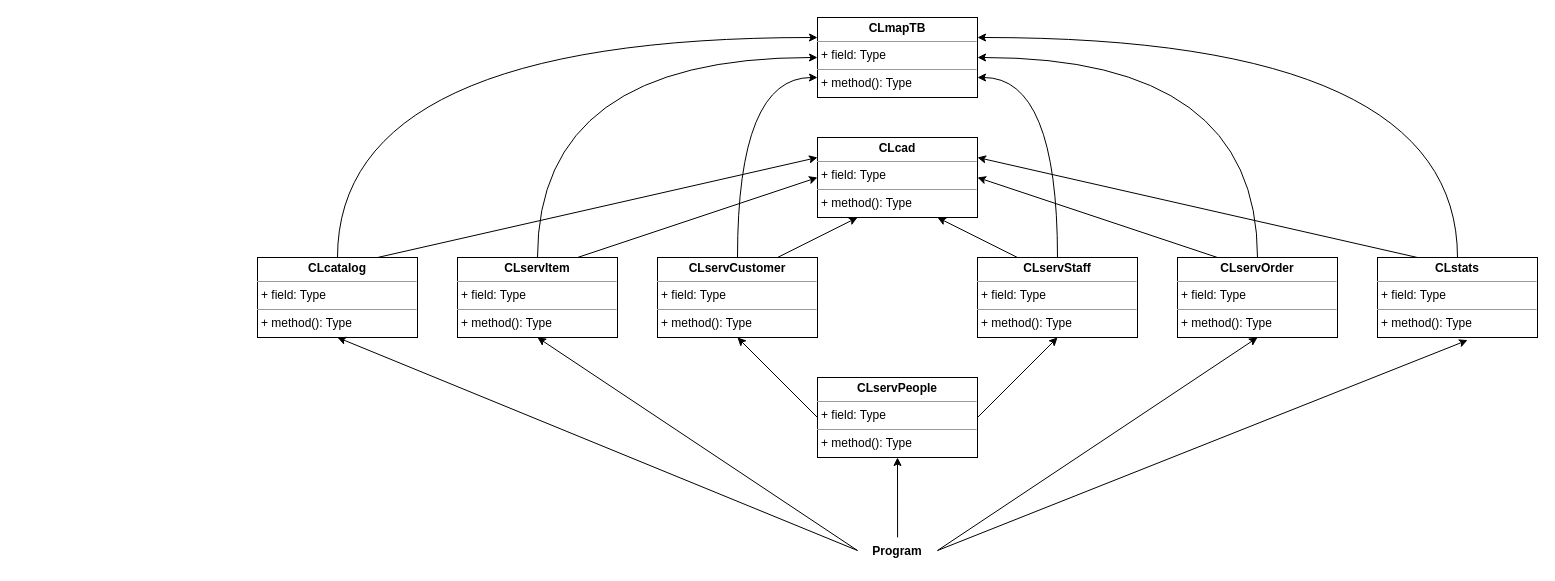
Earlier version of the draw.io diagram page "Page-2" (2 of 2) of Diagrammes/Diagrammes de classes.drawio (pierre1316/Projet-POO-CPP-CLI). Source tidied: cells renumbered, new cells numbered last; positions are measured from the earlier drawing's top-left corner, leaving out a move shared by most shapes. Both pictures are drawn from the tidied source at 100%, with x=0, y=0 at pixel (257, 17).
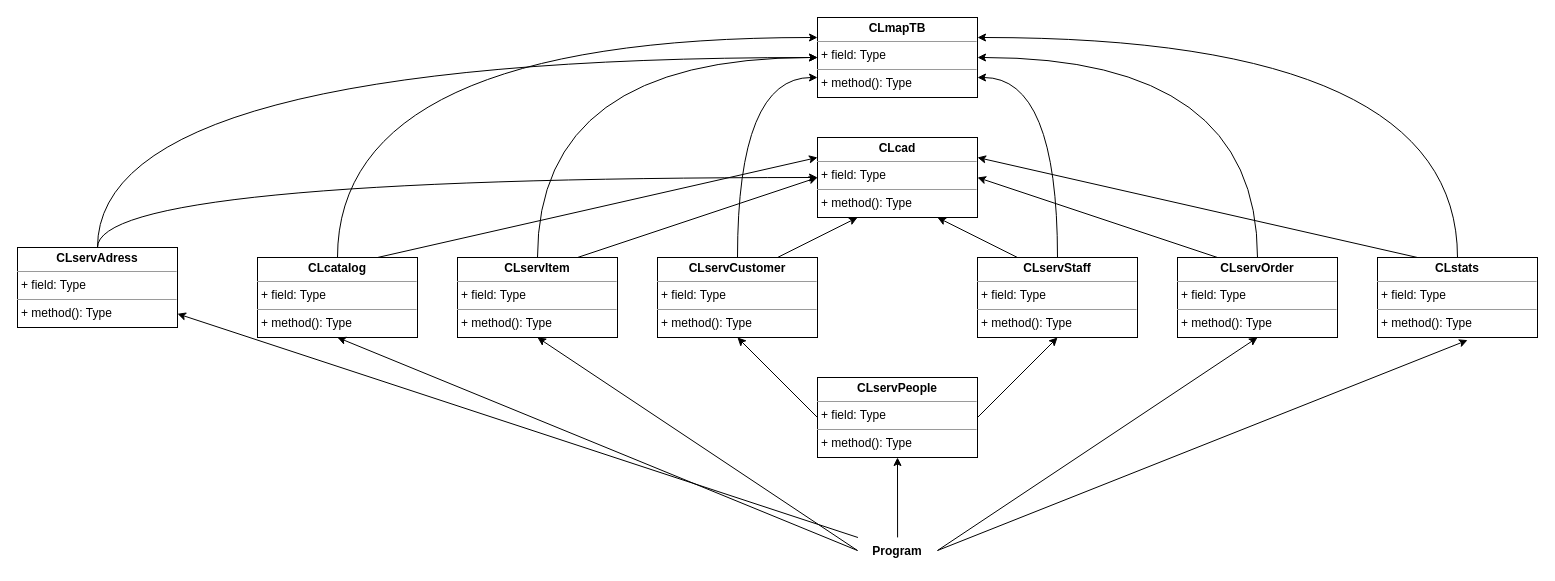
The same page after the edit.

Unchanged cells that the change refers to:
```xml
<mxCell id="11" value="&lt;p style=&quot;margin:0px;margin-top:4px;text-align:center;&quot;&gt;&lt;b&gt;CLmapTB&lt;/b&gt;&lt;/p&gt;&lt;hr size=&quot;1&quot;&gt;&lt;p style=&quot;margin:0px;margin-left:4px;&quot;&gt;+ field: Type&lt;/p&gt;&lt;hr size=&quot;1&quot;&gt;&lt;p style=&quot;margin:0px;margin-left:4px;&quot;&gt;+ method(): Type&lt;/p&gt;" style="verticalAlign=top;align=left;overflow=fill;fontSize=12;fontFamily=Helvetica;html=1;" parent="1" vertex="1">
  <mxGeometry x="560" width="160" height="80" as="geometry" />
</mxCell>
<mxCell id="13" value="&lt;p style=&quot;margin:0px;margin-top:4px;text-align:center;&quot;&gt;&lt;b&gt;CLcad&lt;/b&gt;&lt;/p&gt;&lt;hr size=&quot;1&quot;&gt;&lt;p style=&quot;margin:0px;margin-left:4px;&quot;&gt;+ field: Type&lt;/p&gt;&lt;hr size=&quot;1&quot;&gt;&lt;p style=&quot;margin:0px;margin-left:4px;&quot;&gt;+ method(): Type&lt;/p&gt;" style="verticalAlign=top;align=left;overflow=fill;fontSize=12;fontFamily=Helvetica;html=1;" parent="1" vertex="1">
  <mxGeometry x="560" y="120" width="160" height="80" as="geometry" />
</mxCell>
<mxCell id="31" value="Program" style="text;align=center;fontStyle=1;verticalAlign=middle;spacingLeft=3;spacingRight=3;strokeColor=none;points=[[0,0.5],[1,0.5]];portConstraint=eastwest;" parent="1" vertex="1">
  <mxGeometry x="600" y="520" width="80" height="26" as="geometry" />
</mxCell>
```

What changed in the source:
```diff
@@
+    <mxCell id="32" style="rounded=0;jettySize=auto;html=1;" parent="1" edge="1" source="31" target="35">
+      <mxGeometry relative="1" as="geometry" />
+    </mxCell>
@@
+    <mxCell id="33" style="edgeStyle=orthogonalEdgeStyle;rounded=0;jettySize=auto;html=1;curved=1;" parent="1" edge="1" source="35" target="13">
+      <mxGeometry relative="1" as="geometry">
+        <Array as="points">
+          <mxPoint x="-160" y="160" />
+        </Array>
+      </mxGeometry>
+    </mxCell>
+    <mxCell id="34" style="edgeStyle=orthogonalEdgeStyle;rounded=0;jettySize=auto;html=1;curved=1;" parent="1" edge="1" source="35" target="11">
+      <mxGeometry relative="1" as="geometry">
+        <Array as="points">
+          <mxPoint x="-160" y="40" />
+        </Array>
+      </mxGeometry>
+    </mxCell>
+    <mxCell id="35" value="&lt;p style=&quot;margin:0px;margin-top:4px;text-align:center;&quot;&gt;&lt;b&gt;CLservAdress&lt;/b&gt;&lt;/p&gt;&lt;hr size=&quot;1&quot;&gt;&lt;p style=&quot;margin:0px;margin-left:4px;&quot;&gt;+ field: Type&lt;/p&gt;&lt;hr size=&quot;1&quot;&gt;&lt;p style=&quot;margin:0px;margin-left:4px;&quot;&gt;+ method(): Type&lt;/p&gt;" style="verticalAlign=top;align=left;overflow=fill;fontSize=12;fontFamily=Helvetica;html=1;" parent="1" vertex="1">
+      <mxGeometry x="-240" y="230" width="160" height="80" as="geometry" />
+    </mxCell>
```
